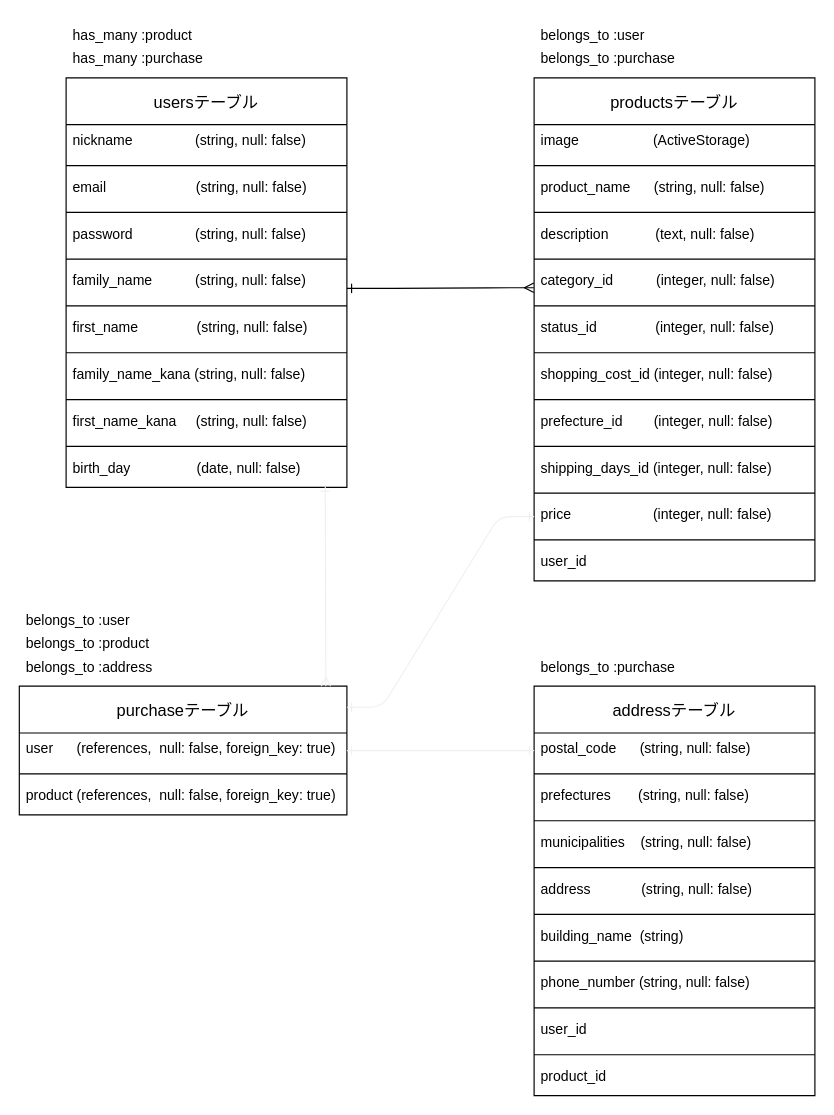
Earlier version of the draw.io diagram ERD.dio (okurakota/furima-30558). Source tidied: cells renumbered, new cells numbered last; positions are measured from the earlier drawing's top-left corner, leaving out a move shared by most shapes. Both pictures are drawn from the tidied source at 117%, with x=0, y=0 at pixel (19, 19).
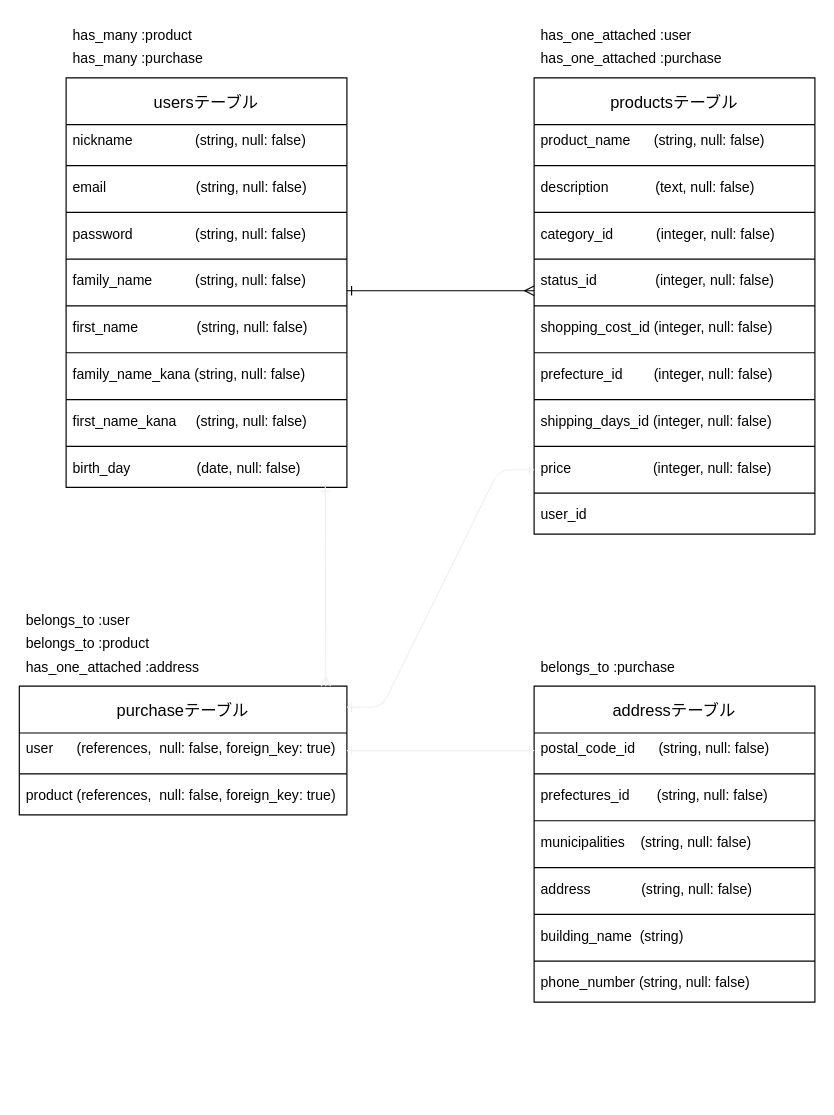
The same diagram, later.

Commit message (it also covers changes not shown here):
ER図及びREADMEを再修正しました。

The edit, as a diff of the source:
```diff
@@
     <mxCell id="18" value="productsテーブル" style="swimlane;fontStyle=0;horizontal=1;startSize=40;align=center;fontSize=14;" parent="1" vertex="1">
-      <mxGeometry x="440" y="50" width="240" height="430" as="geometry" />
+      <mxGeometry x="440" y="50" width="240" height="390" as="geometry" />
     </mxCell>
-    <mxCell id="19" value="image                   (ActiveStorage)" style="text;strokeColor=none;fillColor=none;spacingLeft=4;spacingRight=4;overflow=hidden;fontSize=12;" parent="18" vertex="1">
-      <mxGeometry y="40" width="240" height="30" as="geometry" />
-    </mxCell>
-    <mxCell id="20" style="line;strokeWidth=1;dashed=0;labelPosition=right;align=left;verticalAlign=middle;spacingTop=0;spacingLeft=6;" parent="18" vertex="1">
-      <mxGeometry y="70" width="240" height="10" as="geometry" />
-    </mxCell>
     <mxCell id="21" value="product_name      (string, null: false)" style="text;strokeColor=none;fillColor=none;spacingLeft=4;spacingRight=4;overflow=hidden;fontSize=12;" parent="18" vertex="1">
-      <mxGeometry y="80" width="240" height="30" as="geometry" />
+      <mxGeometry y="40" width="240" height="30" as="geometry" />
     </mxCell>
     <mxCell id="22" style="line;strokeWidth=1;dashed=0;labelPosition=right;align=left;verticalAlign=middle;spacingTop=0;spacingLeft=6;" parent="18" vertex="1">
-      <mxGeometry y="110" width="240" height="10" as="geometry" />
+      <mxGeometry y="70" width="240" height="10" as="geometry" />
     </mxCell>
     <mxCell id="23" value="description            (text, null: false)" style="text;strokeColor=none;fillColor=none;spacingLeft=4;spacingRight=4;overflow=hidden;fontSize=12;" parent="18" vertex="1">
-      <mxGeometry y="120" width="240" height="30" as="geometry" />
+      <mxGeometry y="80" width="240" height="30" as="geometry" />
     </mxCell>
     <mxCell id="24" style="line;strokeWidth=1;dashed=0;labelPosition=right;align=left;verticalAlign=middle;spacingTop=0;spacingLeft=6;" parent="18" vertex="1">
-      <mxGeometry y="150" width="240" height="10" as="geometry" />
+      <mxGeometry y="110" width="240" height="10" as="geometry" />
     </mxCell>
     <mxCell id="25" value="category_id           (integer, null: false)" style="text;strokeColor=none;fillColor=none;spacingLeft=4;spacingRight=4;overflow=hidden;points=[[0,0.5],[1,0.5]];portConstraint=eastwest;fontSize=12;" parent="18" vertex="1">
-      <mxGeometry y="160" width="240" height="30" as="geometry" />
+      <mxGeometry y="120" width="240" height="30" as="geometry" />
     </mxCell>
     <mxCell id="26" style="line;strokeWidth=1;dashed=0;labelPosition=right;align=left;verticalAlign=middle;spacingTop=0;spacingLeft=6;" parent="18" vertex="1">
-      <mxGeometry y="190" width="240" height="10" as="geometry" />
+      <mxGeometry y="150" width="240" height="10" as="geometry" />
     </mxCell>
     <mxCell id="27" value="status_id               (integer, null: false)" style="text;strokeColor=none;fillColor=none;spacingLeft=4;spacingRight=4;overflow=hidden;points=[[0,0.5],[1,0.5]];portConstraint=eastwest;fontSize=12;" parent="18" vertex="1">
-      <mxGeometry y="200" width="240" height="30" as="geometry" />
+      <mxGeometry y="160" width="240" height="30" as="geometry" />
     </mxCell>
     <mxCell id="28" style="line;strokeWidth=1;dashed=0;labelPosition=right;align=left;verticalAlign=middle;spacingTop=0;spacingLeft=6;" parent="18" vertex="1">
-      <mxGeometry y="230" width="240" height="10" as="geometry" />
+      <mxGeometry y="190" width="240" height="10" as="geometry" />
     </mxCell>
     <mxCell id="29" value="shopping_cost_id (integer, null: false)" style="text;strokeColor=none;fillColor=none;spacingLeft=4;spacingRight=4;overflow=hidden;fontSize=12;" parent="18" vertex="1">
-      <mxGeometry y="240" width="240" height="30" as="geometry" />
+      <mxGeometry y="200" width="240" height="30" as="geometry" />
     </mxCell>
     <mxCell id="30" style="line;strokeWidth=1;dashed=0;labelPosition=right;align=left;verticalAlign=middle;spacingTop=0;spacingLeft=6;" parent="18" vertex="1">
-      <mxGeometry y="270" width="240" height="10" as="geometry" />
+      <mxGeometry y="230" width="240" height="10" as="geometry" />
     </mxCell>
     <mxCell id="31" value="prefecture_id        (integer, null: false)" style="text;strokeColor=none;fillColor=none;spacingLeft=4;spacingRight=4;overflow=hidden;fontSize=12;" parent="18" vertex="1">
-      <mxGeometry y="280" width="240" height="30" as="geometry" />
+      <mxGeometry y="240" width="240" height="30" as="geometry" />
     </mxCell>
     <mxCell id="32" style="line;strokeWidth=1;dashed=0;labelPosition=right;align=left;verticalAlign=middle;spacingTop=0;spacingLeft=6;" parent="18" vertex="1">
-      <mxGeometry y="310" width="240" height="10" as="geometry" />
+      <mxGeometry y="270" width="240" height="10" as="geometry" />
     </mxCell>
     <mxCell id="33" value="shipping_days_id (integer, null: false)" style="text;strokeColor=none;fillColor=none;spacingLeft=4;spacingRight=4;overflow=hidden;fontSize=12;" parent="18" vertex="1">
-      <mxGeometry y="320" width="240" height="30" as="geometry" />
+      <mxGeometry y="280" width="240" height="30" as="geometry" />
     </mxCell>
     <mxCell id="34" style="line;strokeWidth=1;dashed=0;labelPosition=right;align=left;verticalAlign=middle;spacingTop=0;spacingLeft=6;" parent="18" vertex="1">
-      <mxGeometry y="350" width="240" height="10" as="geometry" />
+      <mxGeometry y="310" width="240" height="10" as="geometry" />
     </mxCell>
     <mxCell id="35" value="price                     (integer, null: false)" style="text;strokeColor=none;fillColor=none;spacingLeft=4;spacingRight=4;overflow=hidden;points=[[0,0.5],[1,0.5]];portConstraint=eastwest;fontSize=12;" parent="18" vertex="1">
-      <mxGeometry y="360" width="240" height="30" as="geometry" />
+      <mxGeometry y="320" width="240" height="30" as="geometry" />
     </mxCell>
     <mxCell id="36" style="line;strokeWidth=1;dashed=0;labelPosition=right;align=left;verticalAlign=middle;spacingTop=0;spacingLeft=6;" parent="18" vertex="1">
-      <mxGeometry y="390" width="240" height="10" as="geometry" />
+      <mxGeometry y="350" width="240" height="10" as="geometry" />
     </mxCell>
     <mxCell id="37" value="user_id" style="text;strokeColor=none;fillColor=none;spacingLeft=4;spacingRight=4;overflow=hidden;fontSize=12;" parent="18" vertex="1">
-      <mxGeometry y="400" width="240" height="30" as="geometry" />
+      <mxGeometry y="360" width="240" height="30" as="geometry" />
     </mxCell>
-    <mxCell id="38" style="edgeStyle=entityRelationEdgeStyle;fontSize=12;html=1;endArrow=ERmany;endFill=0;startArrow=ERone;startFill=0;entryX=-0.001;entryY=0.648;entryDx=0;entryDy=0;entryPerimeter=0;" parent="1" edge="1" target="25">
+    <mxCell id="38" style="edgeStyle=entityRelationEdgeStyle;fontSize=12;html=1;endArrow=ERmany;endFill=0;startArrow=ERone;startFill=0;entryX=0;entryY=0.733;entryDx=0;entryDy=0;entryPerimeter=0;" parent="1" edge="1" target="27">
       <mxGeometry relative="1" as="geometry">
-        <mxPoint x="280" y="230" as="sourcePoint" />
+        <mxPoint x="280" y="232" as="sourcePoint" />
       </mxGeometry>
     </mxCell>
@@
-    <mxCell id="41" value="belongs_to :purchase" style="text;strokeColor=none;fillColor=none;spacingLeft=4;spacingRight=4;overflow=hidden;fontSize=12;" parent="1" vertex="1">
+    <mxCell id="41" value="has_one_attached :purchase" style="text;strokeColor=none;fillColor=none;spacingLeft=4;spacingRight=4;overflow=hidden;fontSize=12;" parent="1" vertex="1">
       <mxGeometry x="440" y="20" width="240" height="30" as="geometry" />
     </mxCell>
-    <mxCell id="42" value="belongs_to :user" style="text;strokeColor=none;fillColor=none;spacingLeft=4;spacingRight=4;overflow=hidden;fontSize=12;" parent="1" vertex="1">
+    <mxCell id="42" value="has_one_attached :user" style="text;strokeColor=none;fillColor=none;spacingLeft=4;spacingRight=4;overflow=hidden;fontSize=12;" parent="1" vertex="1">
       <mxGeometry x="440" width="240" height="30" as="geometry" />
     </mxCell>
     <mxCell id="43" value="addressテーブル" style="swimlane;fontStyle=0;horizontal=1;startSize=40;align=center;fontSize=14;" parent="1" vertex="1">
-      <mxGeometry x="440" y="570" width="240" height="350" as="geometry" />
+      <mxGeometry x="440" y="570" width="240" height="270" as="geometry" />
     </mxCell>
-    <mxCell id="44" value="postal_code      (string, null: false)" style="text;strokeColor=none;fillColor=none;spacingLeft=4;spacingRight=4;overflow=hidden;points=[[0,0.5],[1,0.5]];portConstraint=eastwest;fontSize=12;" parent="43" vertex="1">
+    <mxCell id="44" value="postal_code_id      (string, null: false)" style="text;strokeColor=none;fillColor=none;spacingLeft=4;spacingRight=4;overflow=hidden;points=[[0,0.5],[1,0.5]];portConstraint=eastwest;fontSize=12;" parent="43" vertex="1">
       <mxGeometry y="40" width="240" height="30" as="geometry" />
     </mxCell>
@@
-    <mxCell id="46" value="prefectures       (string, null: false)" style="text;strokeColor=none;fillColor=none;spacingLeft=4;spacingRight=4;overflow=hidden;fontSize=12;" parent="43" vertex="1">
+    <mxCell id="46" value="prefectures_id       (string, null: false)" style="text;strokeColor=none;fillColor=none;spacingLeft=4;spacingRight=4;overflow=hidden;fontSize=12;" parent="43" vertex="1">
       <mxGeometry y="80" width="240" height="30" as="geometry" />
     </mxCell>
@@
-    <mxCell id="55" style="line;strokeWidth=1;dashed=0;labelPosition=right;align=left;verticalAlign=middle;spacingTop=0;spacingLeft=6;" parent="43" vertex="1">
-      <mxGeometry y="270" width="240" height="10" as="geometry" />
-    </mxCell>
-    <mxCell id="56" value="user_id" style="text;strokeColor=none;fillColor=none;spacingLeft=4;spacingRight=4;overflow=hidden;fontSize=12;" parent="43" vertex="1">
-      <mxGeometry y="280" width="240" height="30" as="geometry" />
-    </mxCell>
-    <mxCell id="57" style="line;strokeWidth=1;dashed=0;labelPosition=right;align=left;verticalAlign=middle;spacingTop=0;spacingLeft=6;" parent="43" vertex="1">
-      <mxGeometry y="310" width="240" height="10" as="geometry" />
-    </mxCell>
-    <mxCell id="58" value="product_id" style="text;strokeColor=none;fillColor=none;spacingLeft=4;spacingRight=4;overflow=hidden;fontSize=12;" parent="43" vertex="1">
-      <mxGeometry y="320" width="240" height="30" as="geometry" />
-    </mxCell>
@@
-    <mxCell id="67" value="belongs_to :address" style="text;strokeColor=none;fillColor=none;spacingLeft=4;spacingRight=4;overflow=hidden;fontSize=12;" parent="1" vertex="1">
+    <mxCell id="67" value="has_one_attached :address" style="text;strokeColor=none;fillColor=none;spacingLeft=4;spacingRight=4;overflow=hidden;fontSize=12;" parent="1" vertex="1">
       <mxGeometry y="540" width="280" height="30" as="geometry" />
     </mxCell>
```
